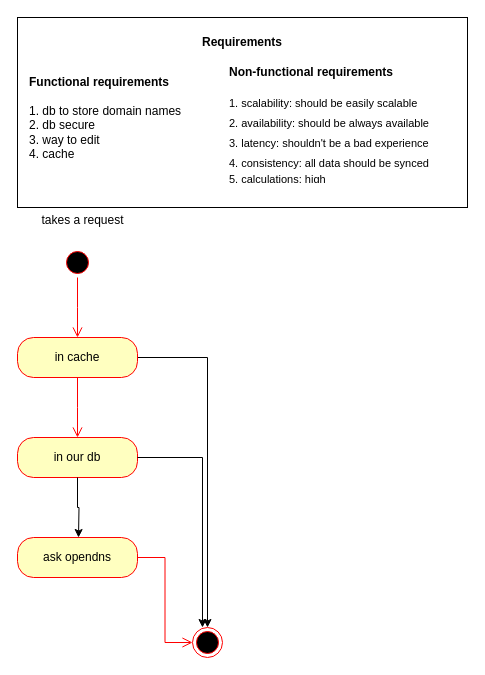
Above: ainaa.drawio in ahmed-elbehairy7/mafazaa-system-design (draw.io), before the change. Source tidied: cells renumbered, new cells numbered last; positions are measured from the earlier drawing's top-left corner, leaving out a move shared by most shapes. Both pictures are drawn from the tidied source at 100%, with x=0, y=0 at pixel (17, 17).
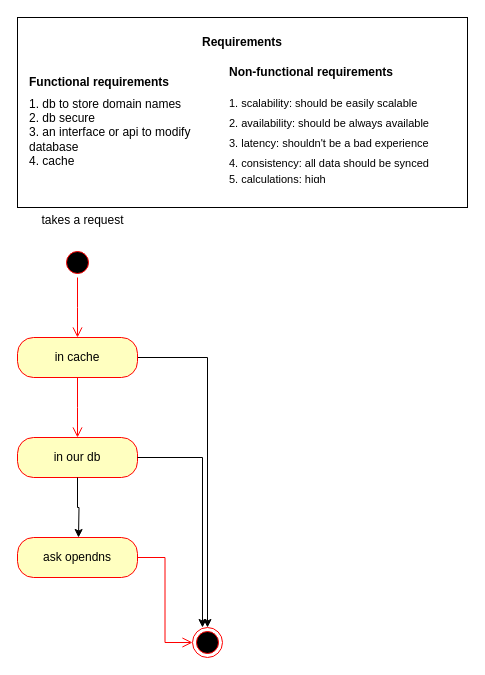
The same diagram, later.

The edit, as a diff of the source:
```diff
@@
-    <mxCell id="16" value="1. db to store domain names&lt;br&gt;2. db secure&amp;nbsp;&lt;div&gt;3. way to edit&lt;br&gt;&lt;div&gt;4. cache&lt;/div&gt;&lt;/div&gt;" style="text;html=1;align=left;verticalAlign=middle;whiteSpace=wrap;rounded=0;fontSize=12;" parent="1" vertex="1">
+    <mxCell id="16" value="1. db to store domain names&lt;br&gt;2. db secure&amp;nbsp;&lt;div&gt;3. an interface or api to modify database&lt;br&gt;&lt;div&gt;4. cache&lt;/div&gt;&lt;/div&gt;" style="text;html=1;align=left;verticalAlign=middle;whiteSpace=wrap;rounded=0;fontSize=12;" parent="1" vertex="1">
       <mxGeometry x="10" y="80" width="180" height="70" as="geometry" />
     </mxCell>
```
